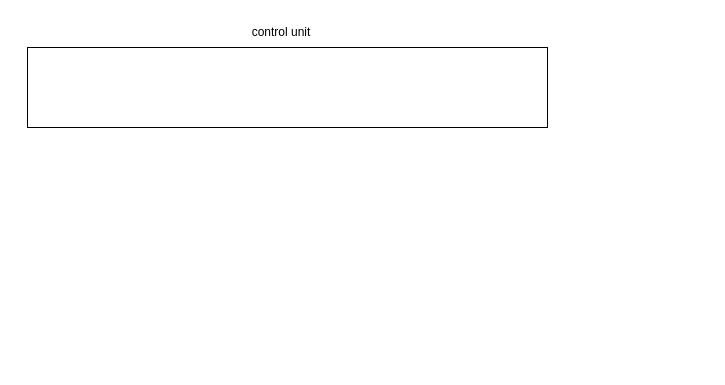
Earlier version of the draw.io diagram 제목 없는 다이어그램.drawio (Friday930/draw_io). Source tidied: cells renumbered, new cells numbered last; positions are measured from the earlier drawing's top-left corner, leaving out a move shared by most shapes. Both pictures are drawn from the tidied source at 100%, with x=0, y=0 at pixel (27, 17).
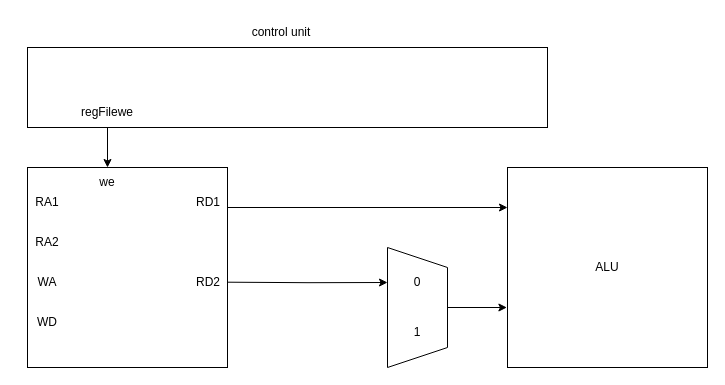
The same page after the edit.

Commit message (it also covers changes not shown here):
제목 없는 다이어그램.drawio 업데이트

The edit, as a diff of the source:
```diff
@@
+    <mxCell id="4" style="edgeStyle=orthogonalEdgeStyle;rounded=0;jettySize=auto;html=1;exitX=0.5;exitY=1;exitDx=0;exitDy=0;entryX=0.5;entryY=0;entryDx=0;entryDy=0;" parent="1" edge="1" source="5" target="7">
+      <mxGeometry relative="1" as="geometry" />
+    </mxCell>
+    <mxCell id="5" value="regFilewe" style="text;html=1;align=center;verticalAlign=middle;whiteSpace=wrap;rounded=0;" parent="1" vertex="1">
+      <mxGeometry x="50" y="80" width="60" height="30" as="geometry" />
+    </mxCell>
+    <mxCell id="6" style="whiteSpace=wrap;html=1;" parent="1" vertex="1">
+      <mxGeometry y="150" width="200" height="200" as="geometry" />
+    </mxCell>
+    <mxCell id="7" value="we" style="text;html=1;align=center;verticalAlign=middle;whiteSpace=wrap;rounded=0;" parent="1" vertex="1">
+      <mxGeometry x="50" y="150" width="60" height="30" as="geometry" />
+    </mxCell>
+    <mxCell id="8" value="RA1" style="text;html=1;align=center;verticalAlign=middle;whiteSpace=wrap;rounded=0;" parent="1" vertex="1">
+      <mxGeometry x="-10" y="170" width="60" height="30" as="geometry" />
+    </mxCell>
+    <mxCell id="9" value="RA2" style="text;html=1;align=center;verticalAlign=middle;whiteSpace=wrap;rounded=0;" parent="1" vertex="1">
+      <mxGeometry x="-10" y="210" width="60" height="30" as="geometry" />
+    </mxCell>
+    <mxCell id="10" value="WA" style="text;html=1;align=center;verticalAlign=middle;whiteSpace=wrap;rounded=0;" parent="1" vertex="1">
+      <mxGeometry x="-10" y="250" width="60" height="30" as="geometry" />
+    </mxCell>
+    <mxCell id="11" value="WD" style="text;html=1;align=center;verticalAlign=middle;whiteSpace=wrap;rounded=0;" parent="1" vertex="1">
+      <mxGeometry x="-10" y="290" width="60" height="30" as="geometry" />
+    </mxCell>
+    <mxCell id="12" style="edgeStyle=orthogonalEdgeStyle;rounded=0;jettySize=auto;html=1;exitX=0.5;exitY=0;exitDx=0;exitDy=0;entryX=-0.003;entryY=0.7;entryDx=0;entryDy=0;entryPerimeter=0;" parent="1" edge="1" source="13" target="16">
+      <mxGeometry relative="1" as="geometry" />
+    </mxCell>
+    <mxCell id="13" style="shape=trapezoid;perimeter=trapezoidPerimeter;whiteSpace=wrap;html=1;fixedSize=1;direction=south;" parent="1" vertex="1">
+      <mxGeometry x="360" y="230" width="60" height="120" as="geometry" />
+    </mxCell>
+    <mxCell id="14" value="0" style="text;html=1;align=center;verticalAlign=middle;whiteSpace=wrap;rounded=0;" parent="1" vertex="1">
+      <mxGeometry x="360" y="250" width="60" height="30" as="geometry" />
+    </mxCell>
+    <mxCell id="15" value="1" style="text;html=1;align=center;verticalAlign=middle;whiteSpace=wrap;rounded=0;" parent="1" vertex="1">
+      <mxGeometry x="360" y="300" width="60" height="30" as="geometry" />
+    </mxCell>
+    <mxCell id="16" value="ALU" style="whiteSpace=wrap;html=1;" parent="1" vertex="1">
+      <mxGeometry x="480" y="150" width="200" height="200" as="geometry" />
+    </mxCell>
+    <mxCell id="17" style="endArrow=classic;html=1;rounded=0;entryX=0;entryY=0.2;entryDx=0;entryDy=0;entryPerimeter=0;" parent="1" edge="1" target="16">
+      <mxGeometry relative="1" as="geometry">
+        <mxPoint x="200" y="190" as="sourcePoint" />
+      </mxGeometry>
+    </mxCell>
+    <mxCell id="18" value="RD1" style="text;html=1;align=center;verticalAlign=middle;whiteSpace=wrap;rounded=0;" parent="1" vertex="1">
+      <mxGeometry x="151" y="170" width="60" height="30" as="geometry" />
+    </mxCell>
+    <mxCell id="19" style="edgeStyle=orthogonalEdgeStyle;rounded=0;jettySize=auto;html=1;" parent="1" edge="1" target="14">
+      <mxGeometry relative="1" as="geometry">
+        <mxPoint x="200" y="264.7" as="sourcePoint" />
+      </mxGeometry>
+    </mxCell>
+    <mxCell id="20" value="RD2" style="text;html=1;align=center;verticalAlign=middle;whiteSpace=wrap;rounded=0;" parent="1" vertex="1">
+      <mxGeometry x="151" y="250" width="60" height="30" as="geometry" />
+    </mxCell>
```
